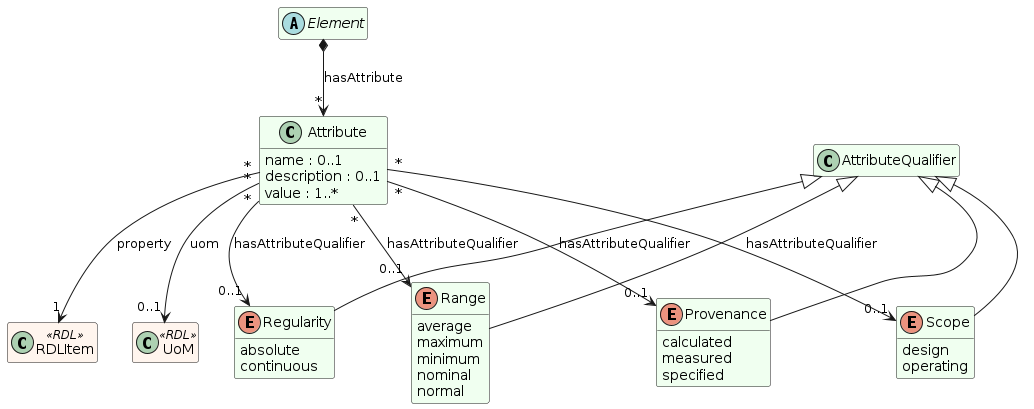
Earlier version of the PlantUML export out/owl/imf-ontology-attributes.png (imf-lab/imf-ontology-semweb).
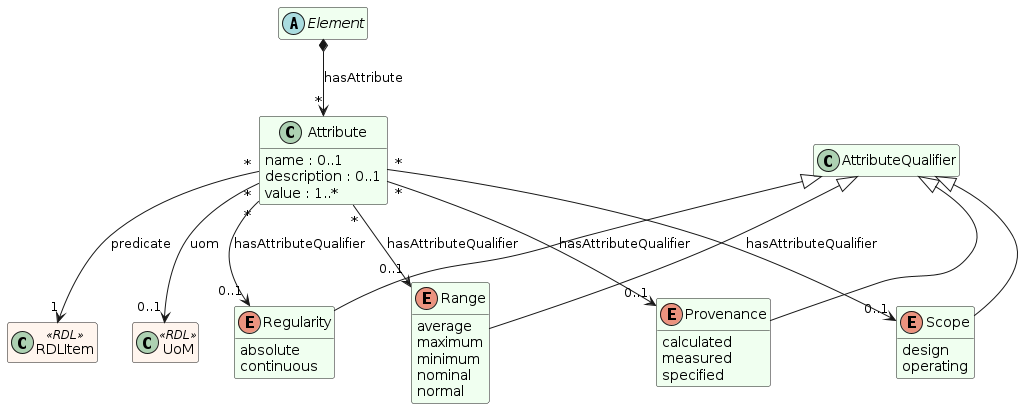
After the commit.

Diff of the diagram source:
```diff
@@ -27,7 +27,7 @@
 class RDLItem <<RDL >>
 
 Attribute "*" --> "0..1" UoM : uom
-Attribute "*" --> "1" RDLItem : property
+Attribute "*" --> "1" RDLItem : predicate
 
 Attribute "*" --> "0..1" Provenance : hasAttributeQualifier
 Attribute "*" --> "0..1" Range : hasAttributeQualifier
```
